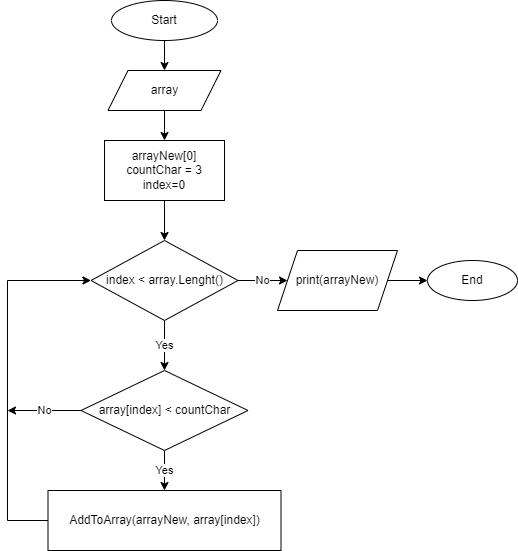
This is Block_diagram.drawio.png from Nadezhda84/Choice, a draw.io export, as it was before one commit. Source tidied: cells renumbered, new cells last; positions are measured from the earlier drawing's top-left corner, leaving out a move shared by most shapes.
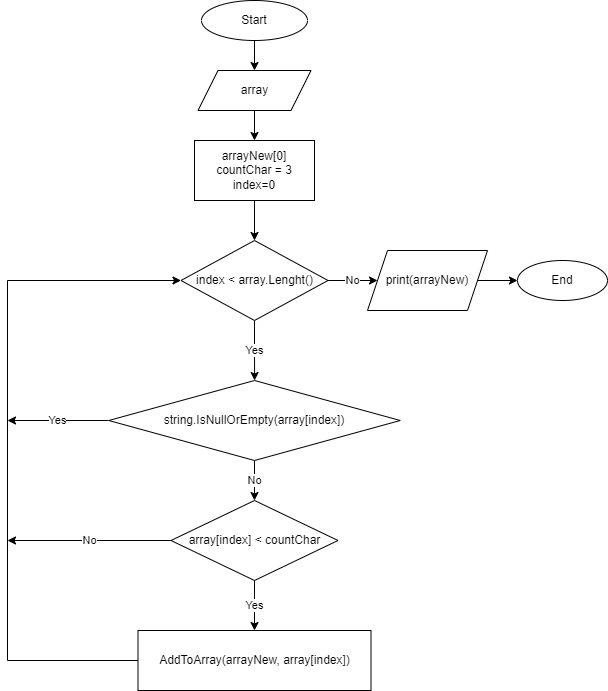
After the commit.

Change to the diagram source:
```diff
@@ -23,9 +23,12 @@
     <mxCell id="8" value="No" style="edgeStyle=orthogonalEdgeStyle;rounded=0;jettySize=auto;html=1;" parent="1" edge="1" source="10" target="12">
       <mxGeometry relative="1" as="geometry" />
     </mxCell>
-    <mxCell id="9" value="Yes" style="edgeStyle=orthogonalEdgeStyle;rounded=0;jettySize=auto;html=1;" parent="1" edge="1" source="10" target="16">
+    <mxCell id="9" value="No" style="edgeStyle=orthogonalEdgeStyle;rounded=0;jettySize=auto;html=1;exitX=0.5;exitY=1;exitDx=0;exitDy=0;" parent="1" edge="1" source="21" target="16">
       <mxGeometry relative="1" as="geometry" />
     </mxCell>
+    <mxCell id="19" value="Yes" style="edgeStyle=orthogonalEdgeStyle;rounded=0;jettySize=auto;html=1;" parent="1" edge="1" source="10" target="21">
+      <mxGeometry relative="1" as="geometry" />
+    </mxCell>
     <mxCell id="10" value="index &amp;lt; array.Lenght()" style="rhombus;whiteSpace=wrap;html=1;" parent="1" vertex="1">
       <mxGeometry x="83.5" y="240" width="147" height="80" as="geometry" />
     </mxCell>
@@ -43,22 +46,36 @@
     </mxCell>
     <mxCell id="15" value="No" style="edgeStyle=orthogonalEdgeStyle;rounded=0;jettySize=auto;html=1;" parent="1" edge="1" source="16">
       <mxGeometry relative="1" as="geometry">
-        <mxPoint y="410" as="targetPoint" />
+        <mxPoint x="-90" y="540" as="targetPoint" />
+        <Array as="points">
+          <mxPoint x="-90" y="540" />
+        </Array>
       </mxGeometry>
     </mxCell>
     <mxCell id="16" value="array[index] &amp;lt; countChar" style="rhombus;whiteSpace=wrap;html=1;" parent="1" vertex="1">
-      <mxGeometry x="73.5" y="370" width="167" height="80" as="geometry" />
+      <mxGeometry x="73.5" y="500" width="167" height="80" as="geometry" />
     </mxCell>
     <mxCell id="17" style="edgeStyle=orthogonalEdgeStyle;rounded=0;jettySize=auto;html=1;entryX=0;entryY=0.5;entryDx=0;entryDy=0;" parent="1" edge="1" source="18" target="10">
       <mxGeometry relative="1" as="geometry">
         <Array as="points">
-          <mxPoint y="520" />
-          <mxPoint y="280" />
+          <mxPoint x="-90" y="660" />
+          <mxPoint x="-90" y="280" />
         </Array>
       </mxGeometry>
     </mxCell>
     <mxCell id="18" value="AddToArray(arrayNew, array[index])" style="rounded=0;whiteSpace=wrap;html=1;" parent="1" vertex="1">
-      <mxGeometry x="40.5" y="490" width="233" height="60" as="geometry" />
+      <mxGeometry x="40.5" y="630" width="233" height="60" as="geometry" />
     </mxCell>
+    <mxCell id="20" value="Yes" style="edgeStyle=orthogonalEdgeStyle;rounded=0;jettySize=auto;html=1;" parent="1" edge="1" source="21">
+      <mxGeometry relative="1" as="geometry">
+        <mxPoint x="-90" y="420" as="targetPoint" />
+        <Array as="points">
+          <mxPoint x="-90" y="420" />
+        </Array>
+      </mxGeometry>
+    </mxCell>
+    <mxCell id="21" value="string.IsNullOrEmpty(array[index])" style="rhombus;whiteSpace=wrap;html=1;" parent="1" vertex="1">
+      <mxGeometry x="11.2" y="380" width="291.5" height="80" as="geometry" />
+    </mxCell>
   </root>
 </mxGraphModel>
```
